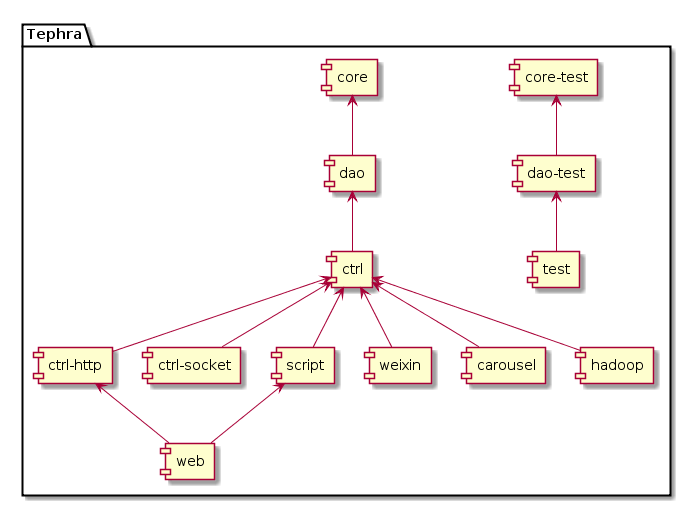
wangscript007/tephra keeps this PlantUML diagram as doc/uml/front/first/module.png. Above is the earlier version.
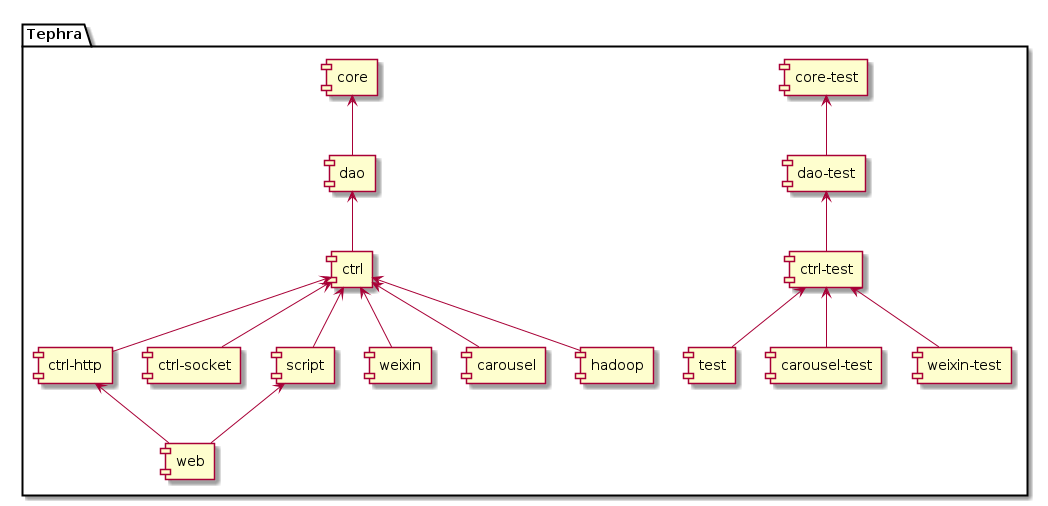
Above is the later version.

Diff of the diagram source:
```diff
@@ -2,7 +2,10 @@
 
 package Tephra {
 [core-test] <-- [dao-test]
-[dao-test] <-- [test]
+[dao-test] <-- [ctrl-test]
+[ctrl-test] <-- [test]
+[ctrl-test] <-- [carousel-test]
+[ctrl-test] <-- [weixin-test]
 
 [core] <-- [dao]
 [dao] <-- [ctrl]
```
